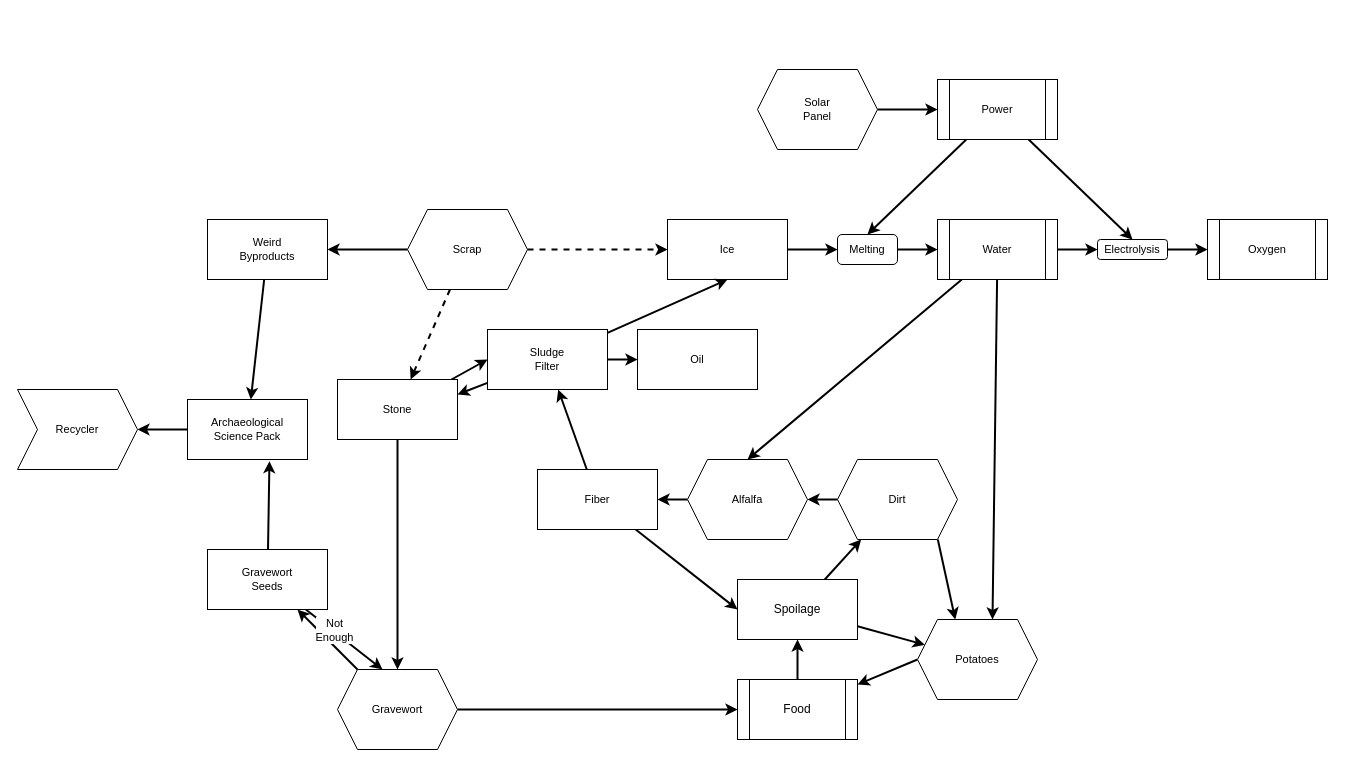
Earlier version of the draw.io diagram progression.drawio (gamma-delta/the-fulgoran). Source tidied: cells renumbered, new cells numbered last; positions are measured from the earlier drawing's top-left corner, leaving out a move shared by most shapes. Both pictures are drawn from the tidied source at 100%, with x=0, y=0 at pixel (17, 69).
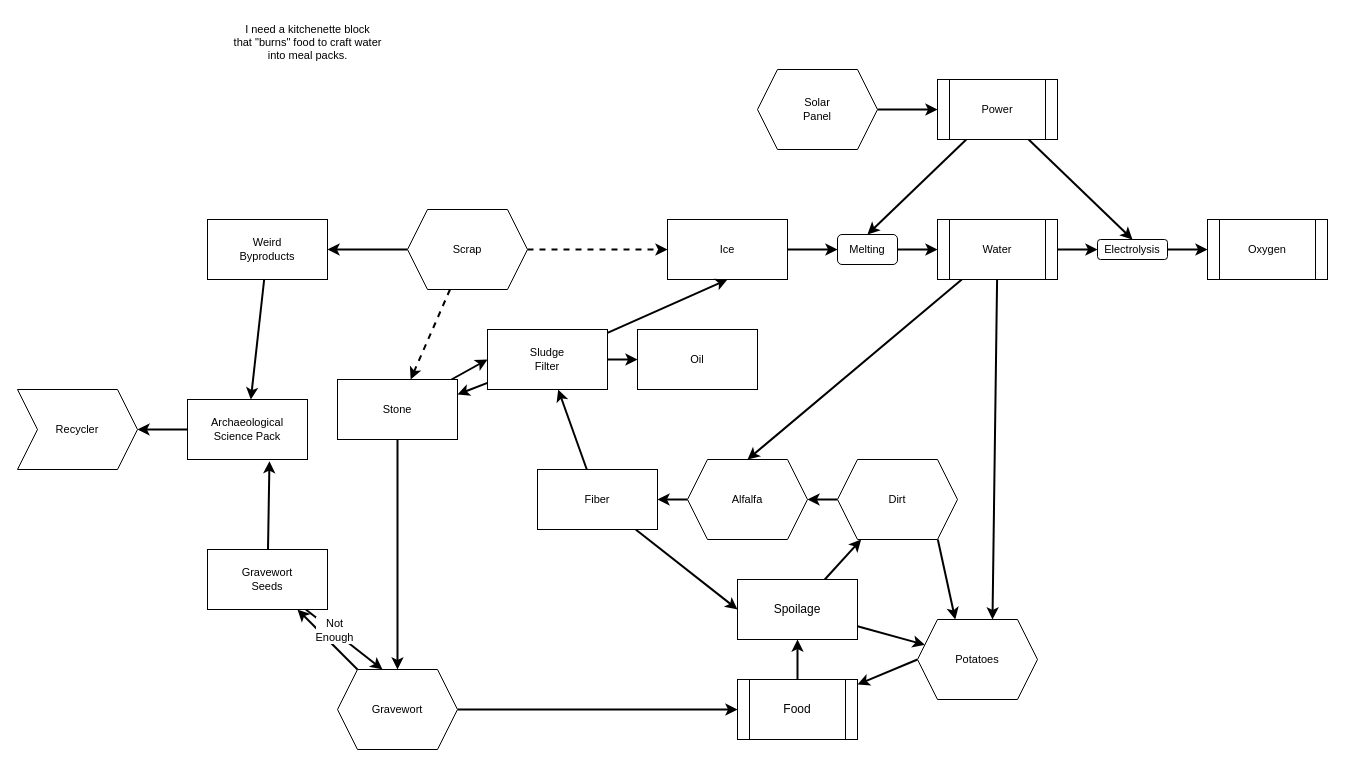
The same diagram, later.

Change to the diagram source:
```diff
@@
+    <mxCell id="57" value="I need a kitchenette block&lt;div&gt;that &quot;burns&quot; food to craft water&lt;/div&gt;&lt;div&gt;into meal packs.&lt;/div&gt;" style="text;html=1;align=center;verticalAlign=middle;strokeColor=none;fillColor=none;fontFamily=Helvetica;fontSize=11;fontColor=default;labelBackgroundColor=default;" parent="1" vertex="1">
+      <mxGeometry x="205" y="-52" width="170" height="50" as="geometry" />
+    </mxCell>
```
